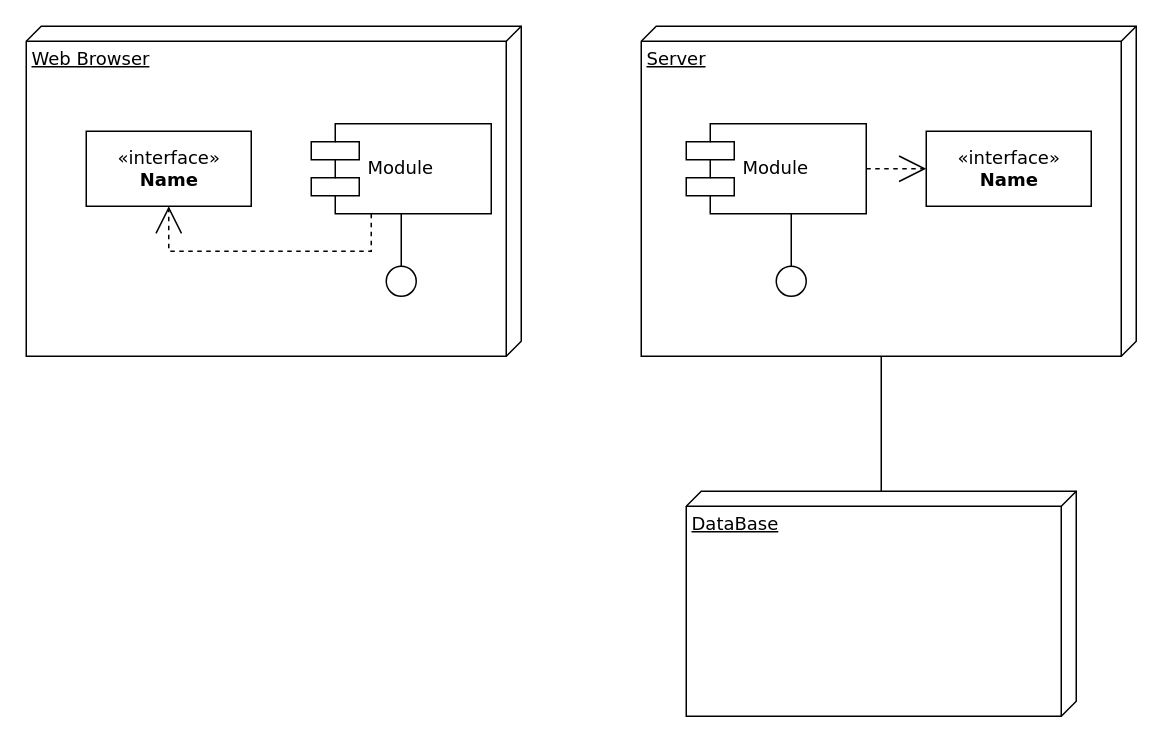
Earlier version of the draw.io diagram 课程报告/未命名绘图.drawio (nanxi666/Ocean-Front-base). Source tidied: cells renumbered, new cells numbered last; positions are measured from the earlier drawing's top-left corner, leaving out a move shared by most shapes. Both pictures are drawn from the tidied source at 150%, with x=0, y=0 at pixel (26, 26).
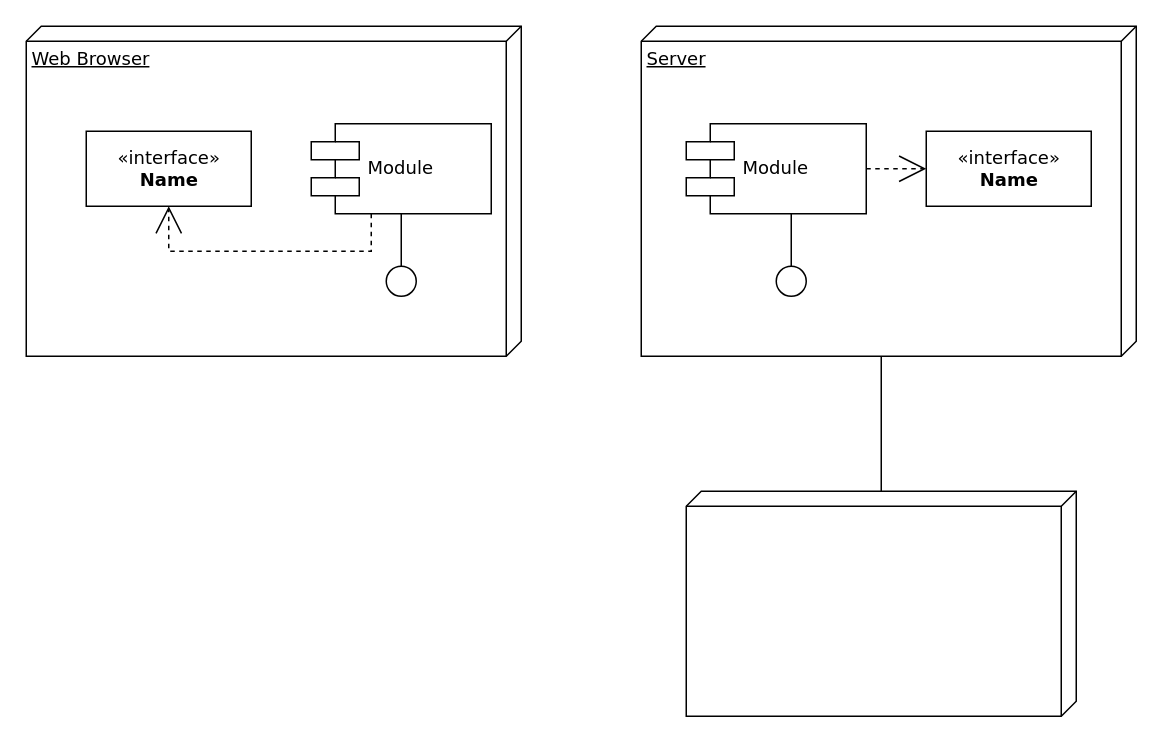
Above is the later version.

Commit message:
更新未命名绘图.drawio

The edit, as a diff of the source:
```diff
@@
 <mxGraphModel>
   <root>
     <mxCell id="0" />
     <mxCell id="1" parent="0" />
     <mxCell id="2" value="Web Browser" style="verticalAlign=top;align=left;spacingTop=8;spacingLeft=2;spacingRight=12;shape=cube;size=10;direction=south;fontStyle=4;html=1;rounded=0;shadow=0;comic=0;labelBackgroundColor=none;strokeWidth=1;fontFamily=Verdana;fontSize=12;" parent="1" vertex="1">
       <mxGeometry width="330" height="220" as="geometry" />
     </mxCell>
     <mxCell id="3" value="Server" style="verticalAlign=top;align=left;spacingTop=8;spacingLeft=2;spacingRight=12;shape=cube;size=10;direction=south;fontStyle=4;html=1;rounded=0;shadow=0;comic=0;labelBackgroundColor=none;strokeWidth=1;fontFamily=Verdana;fontSize=12;" parent="1" vertex="1">
       <mxGeometry x="410" width="330" height="220" as="geometry" />
     </mxCell>
-    <mxCell id="4" value="DataBase" style="verticalAlign=top;align=left;spacingTop=8;spacingLeft=2;spacingRight=12;shape=cube;size=10;direction=south;fontStyle=4;html=1;rounded=0;shadow=0;comic=0;labelBackgroundColor=none;strokeWidth=1;fontFamily=Verdana;fontSize=12;" parent="1" vertex="1">
+    <mxCell id="4" style="verticalAlign=top;align=left;spacingTop=8;spacingLeft=2;spacingRight=12;shape=cube;size=10;direction=south;fontStyle=4;html=1;rounded=0;shadow=0;comic=0;labelBackgroundColor=none;strokeWidth=1;fontFamily=Verdana;fontSize=12;" parent="1" vertex="1">
       <mxGeometry x="440" y="310" width="260" height="150" as="geometry" />
     </mxCell>
     <mxCell id="5" value="&amp;laquo;interface&amp;raquo;&lt;br&gt;&lt;b&gt;Name&lt;/b&gt;" style="html=1;rounded=0;shadow=0;comic=0;labelBackgroundColor=none;strokeWidth=1;fontFamily=Verdana;fontSize=12;align=center;" parent="1" vertex="1">
       <mxGeometry x="40" y="70" width="110" height="50" as="geometry" />
     </mxCell>
     <mxCell id="6" value="Module" style="shape=component;align=left;spacingLeft=36;rounded=0;shadow=0;comic=0;labelBackgroundColor=none;strokeWidth=1;fontFamily=Verdana;fontSize=12;html=1;" parent="1" vertex="1">
       <mxGeometry x="190" y="65" width="120" height="60" as="geometry" />
     </mxCell>
     <mxCell id="7" style="ellipse;whiteSpace=wrap;html=1;rounded=0;shadow=0;comic=0;labelBackgroundColor=none;strokeWidth=1;fontFamily=Verdana;fontSize=12;align=center;" parent="1" vertex="1">
       <mxGeometry x="240" y="160" width="20" height="20" as="geometry" />
     </mxCell>
     <mxCell id="8" value="Module" style="shape=component;align=left;spacingLeft=36;rounded=0;shadow=0;comic=0;labelBackgroundColor=none;strokeWidth=1;fontFamily=Verdana;fontSize=12;html=1;" parent="1" vertex="1">
       <mxGeometry x="440" y="65" width="120" height="60" as="geometry" />
     </mxCell>
     <mxCell id="9" value="&amp;laquo;interface&amp;raquo;&lt;br&gt;&lt;b&gt;Name&lt;/b&gt;" style="html=1;rounded=0;shadow=0;comic=0;labelBackgroundColor=none;strokeWidth=1;fontFamily=Verdana;fontSize=12;align=center;" parent="1" vertex="1">
       <mxGeometry x="600" y="70" width="110" height="50" as="geometry" />
     </mxCell>
     <mxCell id="10" style="ellipse;whiteSpace=wrap;html=1;rounded=0;shadow=0;comic=0;labelBackgroundColor=none;strokeWidth=1;fontFamily=Verdana;fontSize=12;align=center;" parent="1" vertex="1">
       <mxGeometry x="500" y="160" width="20" height="20" as="geometry" />
     </mxCell>
     <mxCell id="11" style="edgeStyle=elbowEdgeStyle;rounded=0;html=1;labelBackgroundColor=none;startArrow=none;startFill=0;startSize=8;endArrow=none;endFill=0;endSize=16;fontFamily=Verdana;fontSize=12;" parent="1" edge="1" source="10" target="8">
       <mxGeometry relative="1" as="geometry" />
     </mxCell>
     <mxCell id="12" style="edgeStyle=elbowEdgeStyle;rounded=0;html=1;labelBackgroundColor=none;startArrow=none;startFill=0;startSize=8;endArrow=none;endFill=0;endSize=16;fontFamily=Verdana;fontSize=12;" parent="1" edge="1" source="7" target="6">
       <mxGeometry relative="1" as="geometry" />
     </mxCell>
     <mxCell id="13" style="edgeStyle=orthogonalEdgeStyle;rounded=0;html=1;labelBackgroundColor=none;startArrow=none;startFill=0;startSize=8;endArrow=open;endFill=0;endSize=16;fontFamily=Verdana;fontSize=12;dashed=1;" parent="1" edge="1" source="6" target="5">
       <mxGeometry relative="1" as="geometry">
         <Array as="points">
           <mxPoint x="230" y="150" />
           <mxPoint x="95" y="150" />
         </Array>
       </mxGeometry>
     </mxCell>
     <mxCell id="14" style="edgeStyle=orthogonalEdgeStyle;rounded=0;html=1;dashed=1;labelBackgroundColor=none;startArrow=none;startFill=0;startSize=8;endArrow=open;endFill=0;endSize=16;fontFamily=Verdana;fontSize=12;" parent="1" edge="1" source="8" target="9">
       <mxGeometry relative="1" as="geometry" />
     </mxCell>
     <mxCell id="15" style="edgeStyle=orthogonalEdgeStyle;rounded=0;html=1;labelBackgroundColor=none;startArrow=none;startFill=0;startSize=8;endArrow=none;endFill=0;endSize=16;fontFamily=Verdana;fontSize=12;" parent="1" edge="1" source="4" target="3">
       <mxGeometry relative="1" as="geometry">
         <Array as="points">
           <mxPoint x="575" y="415" />
         </Array>
       </mxGeometry>
     </mxCell>
   </root>
 </mxGraphModel>
```
